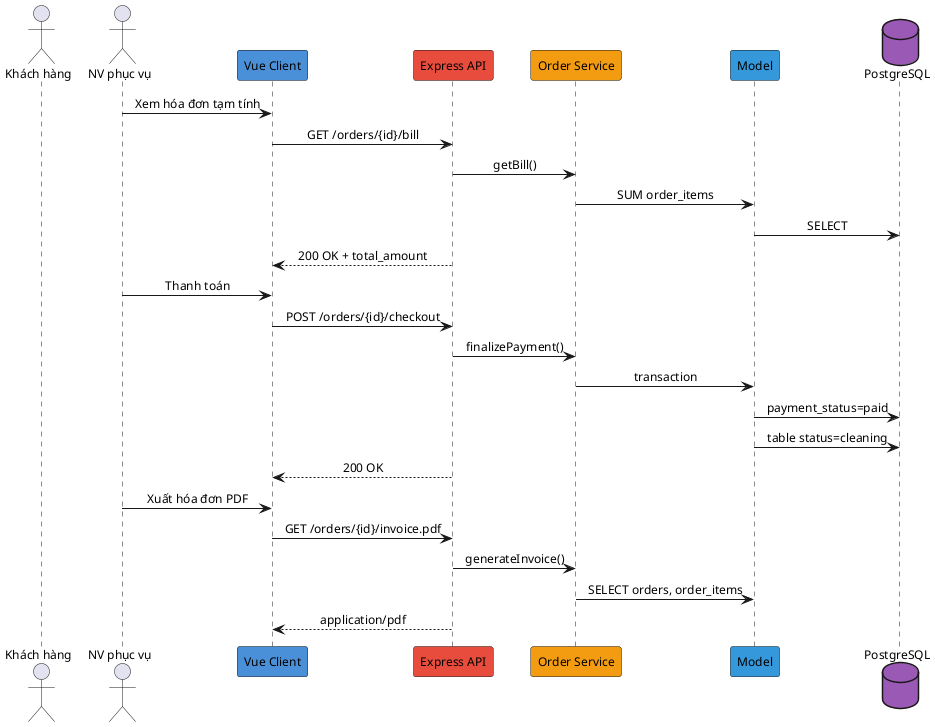
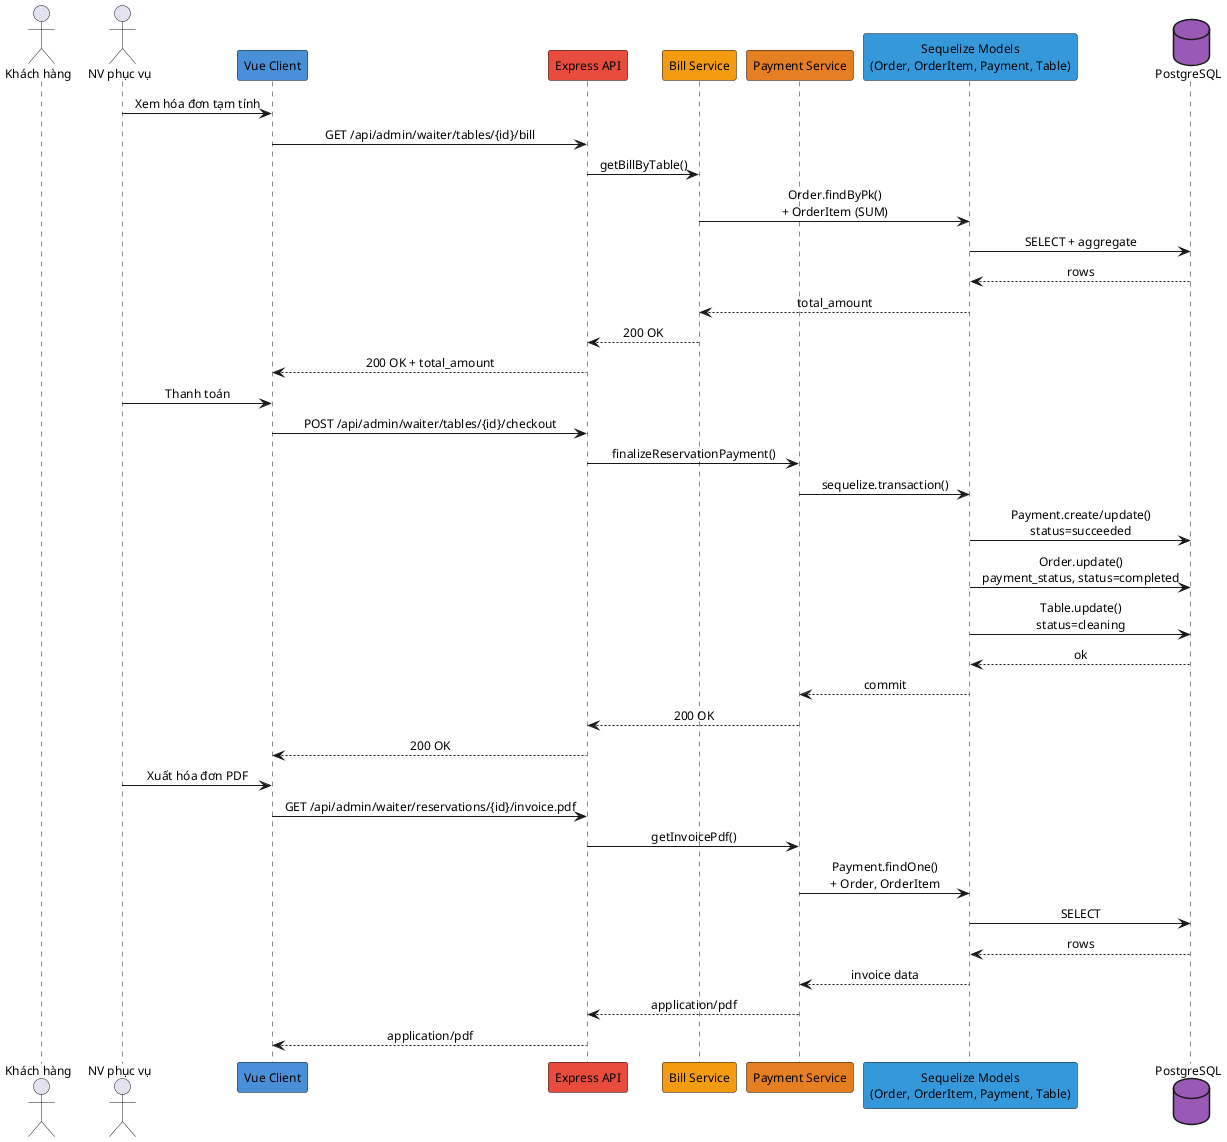
@startuml
skinparam defaultFontSize 12
skinparam sequenceMessageAlign center

actor "Khách hàng" as C
actor "NV phục vụ" as W
participant "Vue Client" as FE #4A90D9
participant "Express API" as API #E74C3C
- participant "Order Service" as SVC #F39C12
- participant "Model" as MODEL #3498DB
+ participant "Bill Service" as BILL #F39C12
+ participant "Payment Service" as PAY #E67E22
+ participant "Sequelize Models\n(Order, OrderItem, Payment, Table)" as MODEL #3498DB
database "PostgreSQL" as DB #9B59B6

W -> FE : Xem hóa đơn tạm tính
- FE -> API : GET /orders/{id}/bill
- API -> SVC : getBill()
- SVC -> MODEL : SUM order_items
- MODEL -> DB : SELECT
+ FE -> API : GET /api/admin/waiter/tables/{id}/bill
+ API -> BILL : getBillByTable()
+ BILL -> MODEL : Order.findByPk()\n+ OrderItem (SUM)
+ MODEL -> DB : SELECT + aggregate
+ DB --> MODEL : rows
+ MODEL --> BILL : total_amount
+ BILL --> API : 200 OK
API --> FE : 200 OK + total_amount

W -> FE : Thanh toán
- FE -> API : POST /orders/{id}/checkout
- API -> SVC : finalizePayment()
- SVC -> MODEL : transaction
- MODEL -> DB : payment_status=paid
- MODEL -> DB : table status=cleaning
+ FE -> API : POST /api/admin/waiter/tables/{id}/checkout
+ API -> PAY : finalizeReservationPayment()
+ PAY -> MODEL : sequelize.transaction()
+ MODEL -> DB : Payment.create/update()\nstatus=succeeded
+ MODEL -> DB : Order.update()\npayment_status, status=completed
+ MODEL -> DB : Table.update()\nstatus=cleaning
+ DB --> MODEL : ok
+ MODEL --> PAY : commit
+ PAY --> API : 200 OK
API --> FE : 200 OK

W -> FE : Xuất hóa đơn PDF
- FE -> API : GET /orders/{id}/invoice.pdf
- API -> SVC : generateInvoice()
- SVC -> MODEL : SELECT orders, order_items
+ FE -> API : GET /api/admin/waiter/reservations/{id}/invoice.pdf
+ API -> PAY : getInvoicePdf()
+ PAY -> MODEL : Payment.findOne()\n+ Order, OrderItem
+ MODEL -> DB : SELECT
+ DB --> MODEL : rows
+ MODEL --> PAY : invoice data
+ PAY --> API : application/pdf
API --> FE : application/pdf

@enduml
